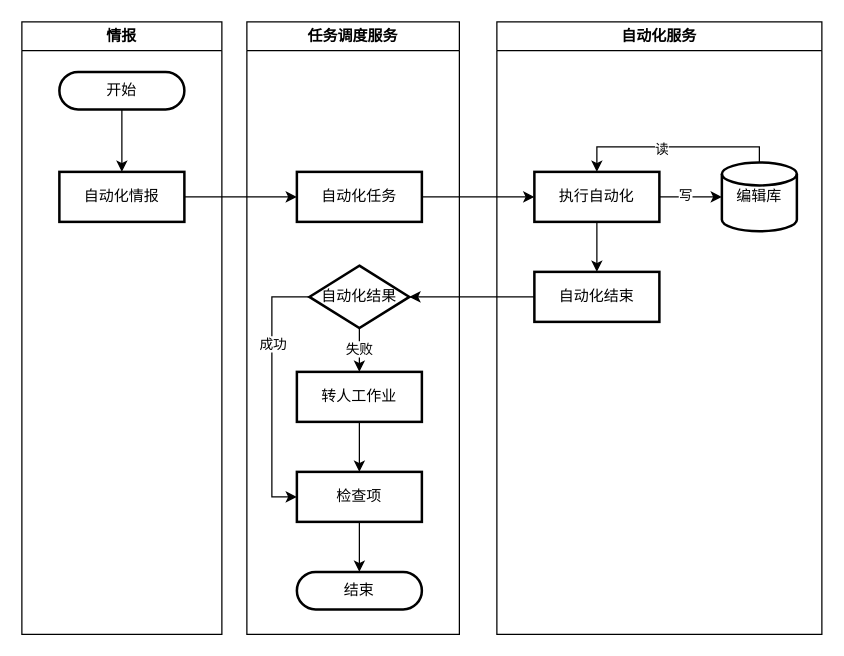
Earlier version of the draw.io diagram kunyu-auto-server/自动化服务流程图.drawio (chaijinsong/draw.io). Source tidied: cells renumbered, new cells numbered last; positions are measured from the earlier drawing's top-left corner, leaving out a move shared by most shapes. Both pictures are drawn from the tidied source at 125%, with x=0, y=0 at pixel (21, 21).
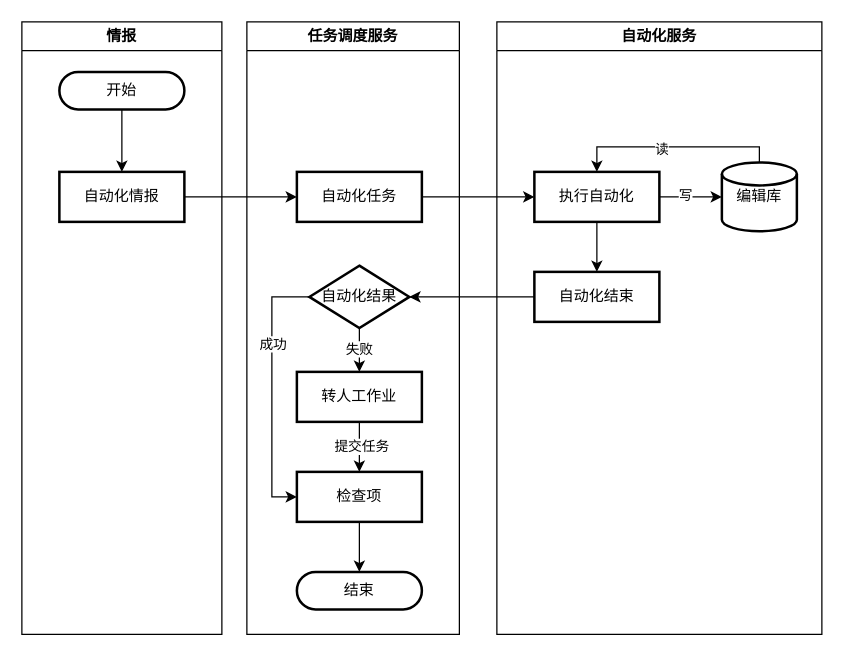
After the change.

Commit message (it also covers changes not shown here):
更新自动化服务流程图.drawio

The change refers to these unchanged cells:
```xml
<mxCell id="12" style="edgeStyle=orthogonalEdgeStyle;rounded=0;jettySize=auto;html=1;entryX=0.5;entryY=0;entryDx=0;entryDy=0;" parent="6" edge="1" source="13" target="14">
  <mxGeometry relative="1" as="geometry" />
</mxCell>
```

Change to the diagram source:
```diff
@@
+    <mxCell id="29" value="提交任务" style="edgeLabel;html=1;align=center;verticalAlign=middle;" parent="12" vertex="1">
+      <mxGeometry x="-0.05" y="1" relative="1" as="geometry" />
+    </mxCell>
```
